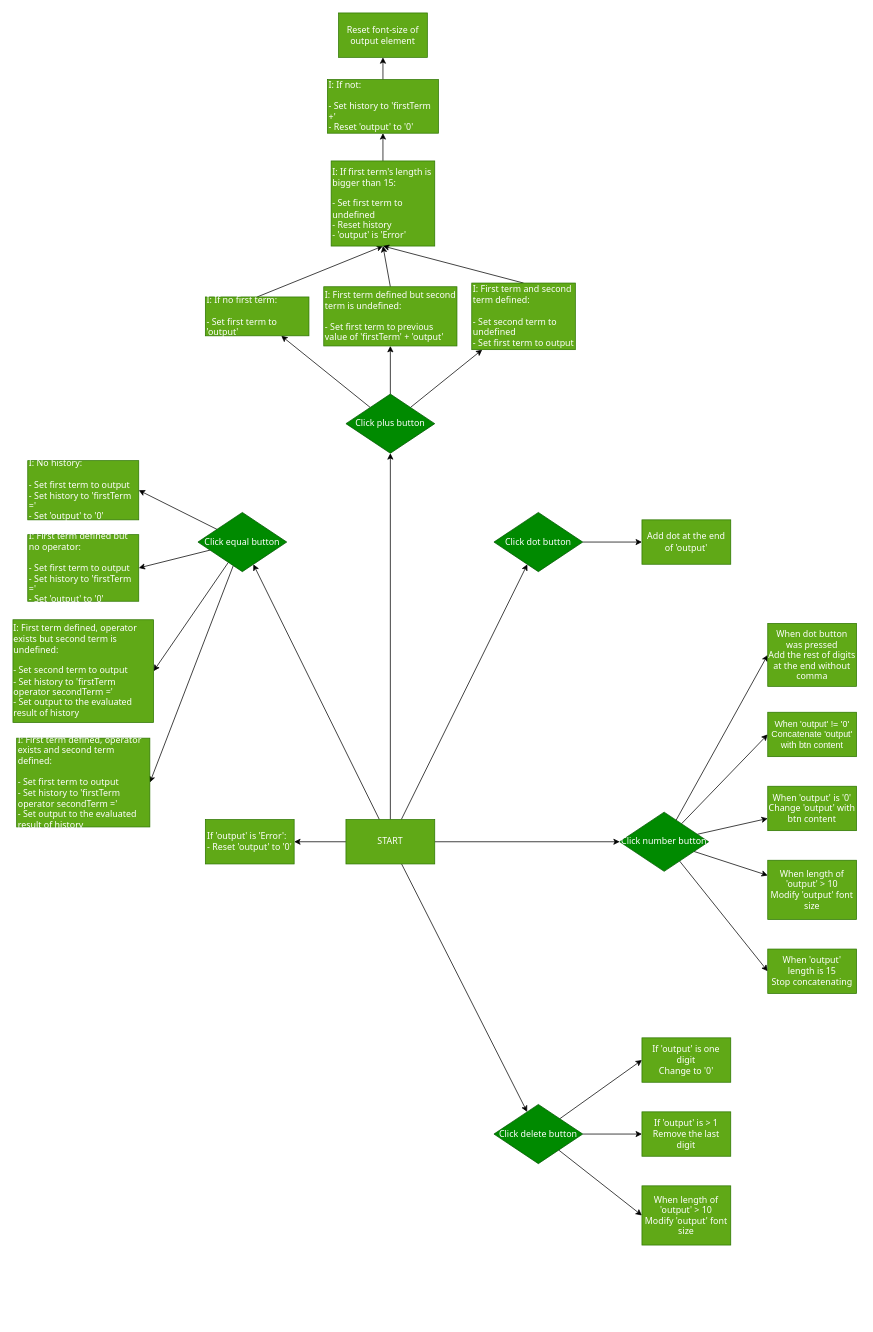
The draw.io diagram flowchart.drawio in CVOvidiu/Calculator-Project, before the edit. Source tidied: cells renumbered, new cells numbered last; positions are measured from the earlier drawing's top-left corner, leaving out a move shared by most shapes. Both pictures are drawn from the tidied source at 74%, with x=0, y=0 at pixel (13, 13).
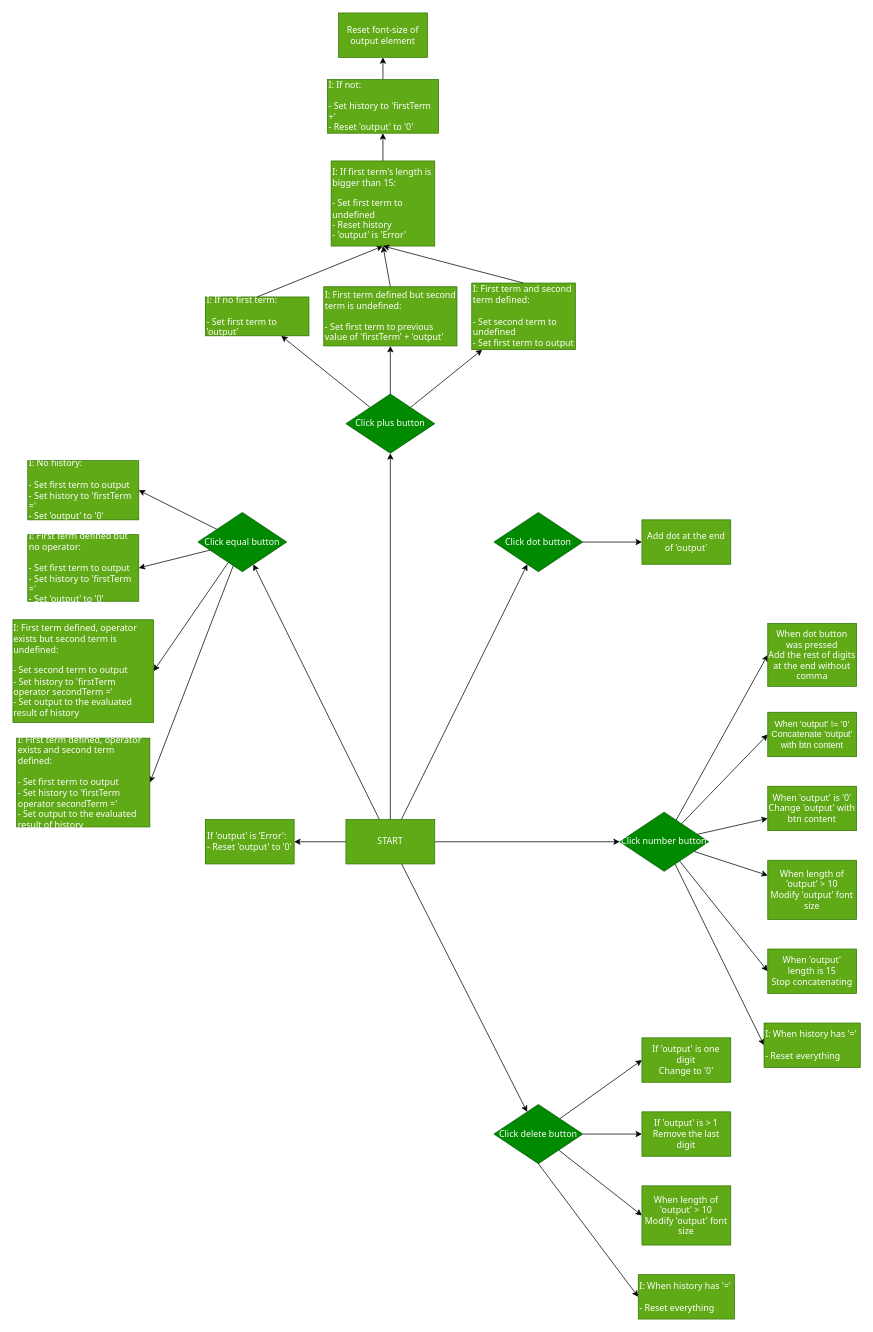
Above is the later version.

Commit message (it also covers changes not shown here):
Number or delete button update

Unchanged cells that the change refers to:
```xml
<mxCell id="14" value="Click number button" style="rhombus;whiteSpace=wrap;html=1;fontFamily=Tahoma;fillColor=#008a00;strokeColor=#005700;fontColor=#ffffff;" parent="1" vertex="1">
  <mxGeometry x="820" y="1080" width="120" height="80" as="geometry" />
</mxCell>
<mxCell id="22" value="Click delete button" style="rhombus;whiteSpace=wrap;html=1;fontFamily=Tahoma;fillColor=#008a00;strokeColor=#005700;fontColor=#ffffff;" parent="1" vertex="1">
  <mxGeometry x="650" y="1475" width="120" height="80" as="geometry" />
</mxCell>
```

The edit, as a diff of the source:
```diff
@@
+    <mxCell id="55" style="edgeStyle=none;html=1;entryX=0;entryY=0.5;entryDx=0;entryDy=0;" parent="1" edge="1" source="14" target="57">
+      <mxGeometry relative="1" as="geometry" />
+    </mxCell>
@@
+    <mxCell id="56" style="edgeStyle=none;html=1;exitX=0.5;exitY=1;exitDx=0;exitDy=0;entryX=0;entryY=0.5;entryDx=0;entryDy=0;" parent="1" edge="1" source="22" target="58">
+      <mxGeometry relative="1" as="geometry" />
+    </mxCell>
@@
+    <mxCell id="57" value="I: When history has '='&lt;br&gt;&lt;br&gt;- Reset everything" style="whiteSpace=wrap;html=1;fontFamily=Tahoma;fillColor=#60a917;strokeColor=#2D7600;fontColor=#ffffff;align=left;" parent="1" vertex="1">
+      <mxGeometry x="1015" y="1365" width="130" height="60" as="geometry" />
+    </mxCell>
+    <mxCell id="58" value="I: When history has '='&lt;br&gt;&lt;br&gt;- Reset everything" style="whiteSpace=wrap;html=1;fontFamily=Tahoma;fillColor=#60a917;strokeColor=#2D7600;fontColor=#ffffff;align=left;" parent="1" vertex="1">
+      <mxGeometry x="845" y="1705" width="130" height="60" as="geometry" />
+    </mxCell>
```
